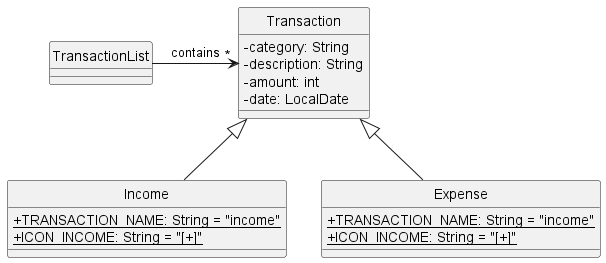
This is docs/images/TransactionClassDiagram.png from nus-cs2113-AY2223S1/tp, a PlantUML export, as it was before one commit.
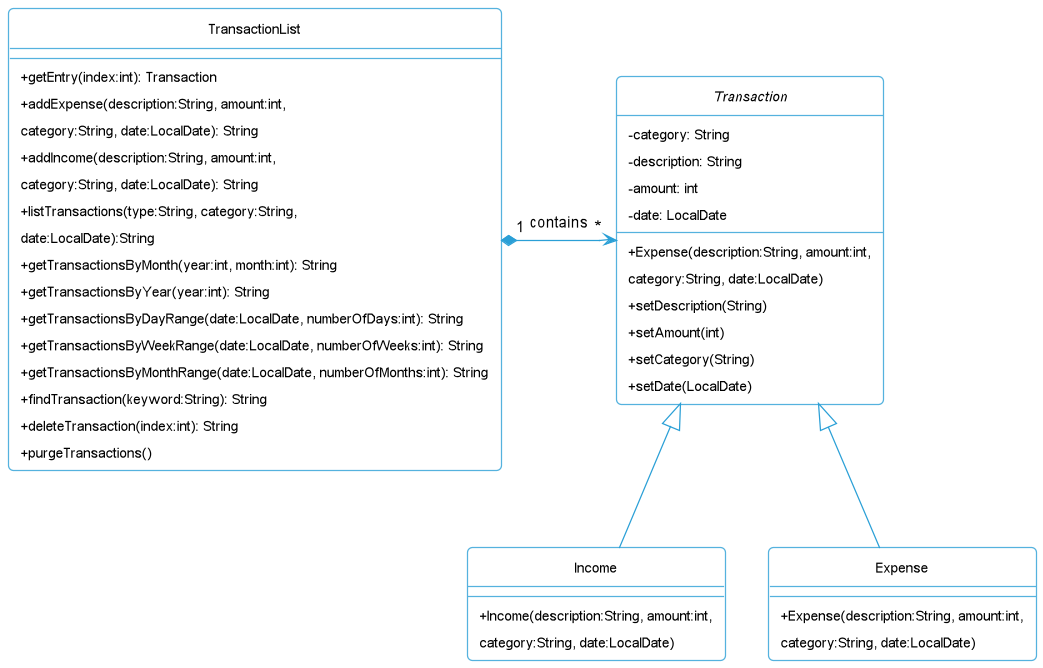
The same diagram one commit later.

What changed in the source:
```diff
@@ -2,28 +2,53 @@
 !include Style.puml
 
 class TransactionList {
+    + getEntry(index:int): Transaction
+    + addExpense(description:String, amount:int,
+              category:String, date:LocalDate): String
+    + addIncome(description:String, amount:int,
+              category:String, date:LocalDate): String
+    + listTransactions(type:String, category:String,
+              date:LocalDate):String
+    + getTransactionsByMonth(year:int, month:int): String
+    + getTransactionsByYear(year:int): String
+    + getTransactionsByDayRange(date:LocalDate, numberOfDays:int): String
+    + getTransactionsByWeekRange(date:LocalDate, numberOfWeeks:int): String
+    + getTransactionsByMonthRange(date:LocalDate, numberOfMonths:int): String
+    + findTransaction(keyword:String): String
+    + deleteTransaction(index:int): String
+    + purgeTransactions()
 }
 
-class Transaction{
+abstract class "Transaction"{
     - category: String
     - description: String
     - amount: int
     - date: LocalDate
+    + Expense(description:String, amount:int,
+                  category:String, date:LocalDate)
+    + setDescription(String)
+    + setAmount(int)
+    + setCategory(String)
+    + setDate(LocalDate)
 }
 
 class Income {
-    + TRANSACTION_NAME: String = "income"{static}
-    + ICON_INCOME: String = "[+]" {static}
+    + Income(description:String, amount:int,
+              category:String, date:LocalDate)
 }
 
 class Expense {
-    + TRANSACTION_NAME: String = "income"{static}
-    + ICON_INCOME: String = "[+]" {static}
+    + Expense(description:String, amount:int,
+              category:String, date:LocalDate)
 }
 
+together {
+  class Income
+  class Expense
+}
 
-Income -up-|> Transaction
-Expense -up-|> Transaction
+Income -up-|> "Transaction"
+Expense -up-|> "Transaction"
 
-TransactionList -> "*" Transaction : contains
+TransactionList "1" *-right> "*" "Transaction" : contains
 @enduml
```
